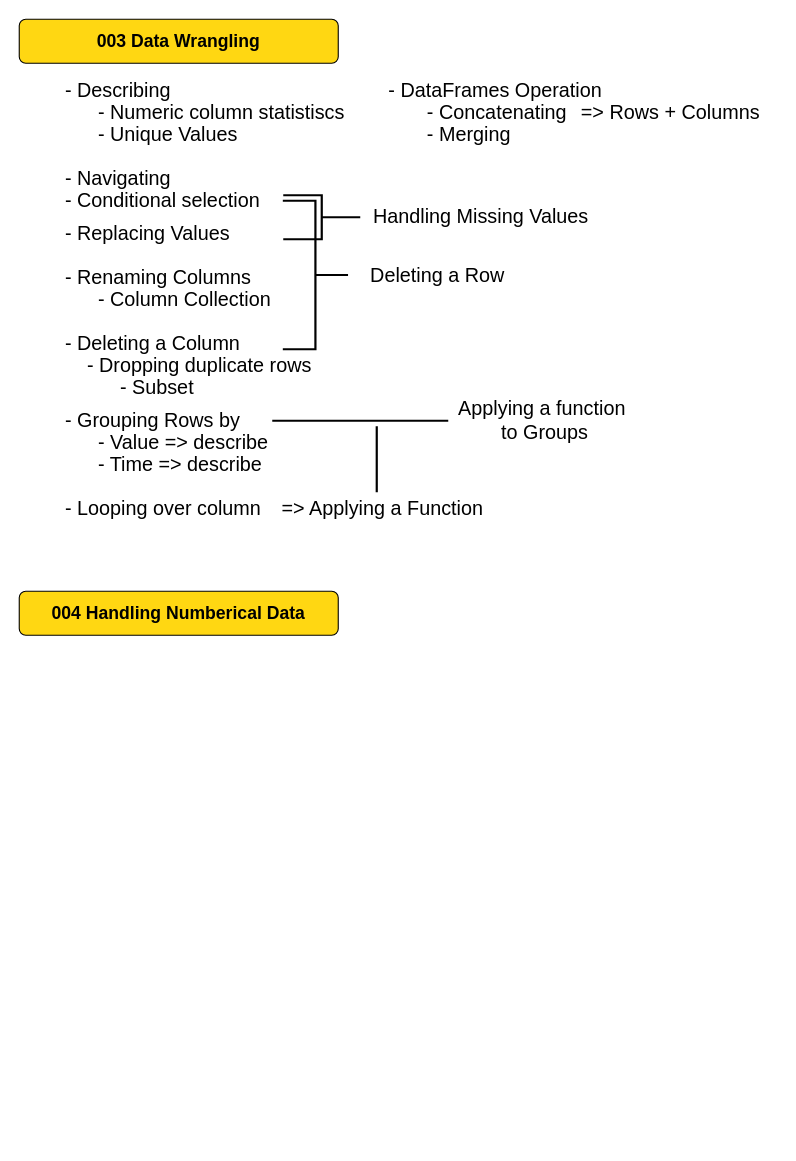
The draw.io diagram datawrangling.drawio in greyisbetter/docs, before the edit. Source tidied: cells renumbered, new cells numbered last; positions are measured from the earlier drawing's top-left corner, leaving out a move shared by most shapes. Both pictures are drawn from the tidied source at 110%, with x=0, y=0 at pixel (19, 19).
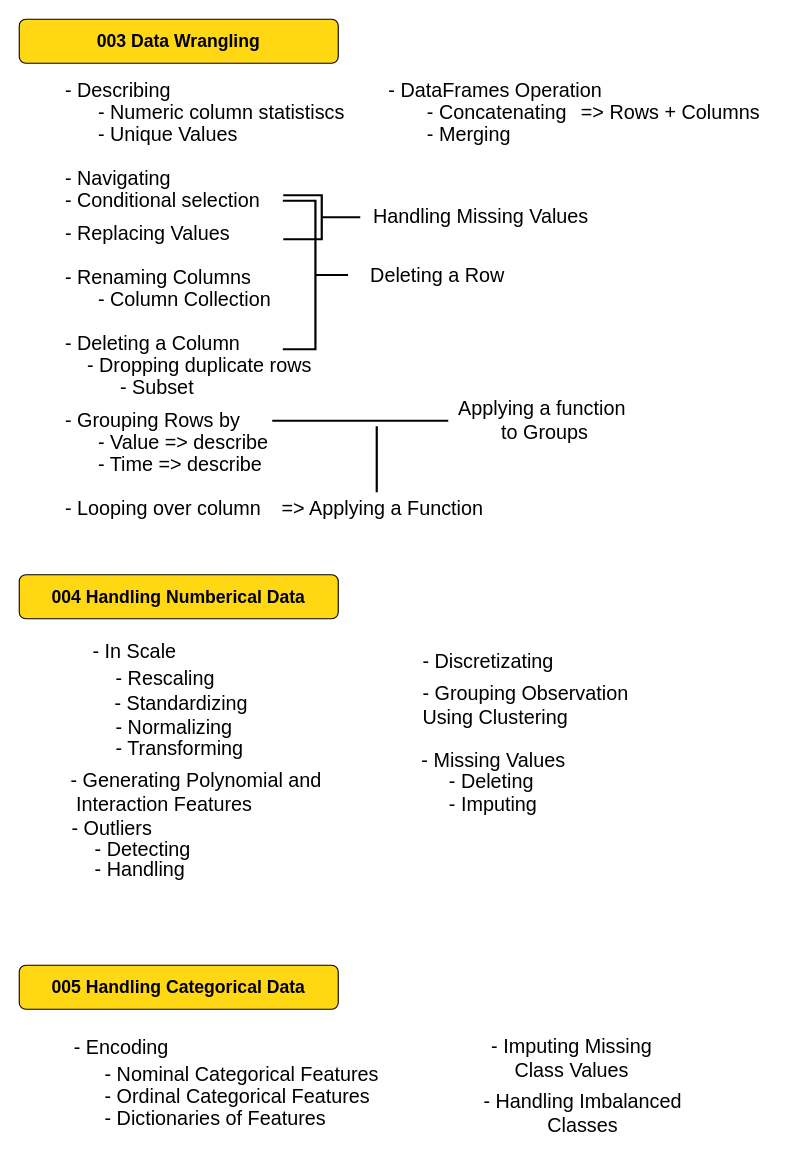
The same diagram, later.

What changed in the source:
```diff
@@
     <mxCell id="30" value="&lt;font size=&quot;3&quot;&gt;&lt;b&gt;004 Handling Numberical Data&lt;/b&gt;&lt;/font&gt;" style="rounded=1;whiteSpace=wrap;html=1;fillColor=#FFD712;" parent="1" vertex="1">
-      <mxGeometry y="520" width="290" height="40" as="geometry" />
+      <mxGeometry y="505" width="290" height="40" as="geometry" />
     </mxCell>
+    <mxCell id="31" value="&lt;font style=&quot;font-size: 18px&quot;&gt;- Rescaling&amp;nbsp;&lt;/font&gt;" style="text;html=1;align=left;verticalAlign=middle;strokeColor=none;fillColor=none;" parent="1" vertex="1">
+      <mxGeometry x="86" y="590" width="110" height="20" as="geometry" />
+    </mxCell>
+    <mxCell id="32" value="- Standardizing" style="text;html=1;align=left;verticalAlign=middle;strokeColor=none;fillColor=none;fontSize=18;" parent="1" vertex="1">
+      <mxGeometry x="85" y="607" width="140" height="30" as="geometry" />
+    </mxCell>
+    <mxCell id="33" value="- Normalizing" style="text;html=1;align=left;verticalAlign=middle;strokeColor=none;fillColor=none;fontSize=18;" parent="1" vertex="1">
+      <mxGeometry x="86" y="629" width="120" height="30" as="geometry" />
+    </mxCell>
+    <mxCell id="34" value="- Generating Polynomial and&lt;br&gt;&amp;nbsp;Interaction Features" style="text;html=1;align=left;verticalAlign=middle;strokeColor=none;fillColor=none;fontSize=18;" parent="1" vertex="1">
+      <mxGeometry x="45" y="678" width="240" height="50" as="geometry" />
+    </mxCell>
+    <mxCell id="35" value="- Transforming" style="text;html=1;align=left;verticalAlign=middle;strokeColor=none;fillColor=none;fontSize=18;" parent="1" vertex="1">
+      <mxGeometry x="86" y="648" width="130" height="30" as="geometry" />
+    </mxCell>
+    <mxCell id="36" value="- Outliers" style="text;html=1;align=left;verticalAlign=middle;strokeColor=none;fillColor=none;fontSize=18;" parent="1" vertex="1">
+      <mxGeometry x="46" y="721" width="90" height="30" as="geometry" />
+    </mxCell>
+    <mxCell id="37" value="- Detecting" style="text;html=1;align=left;verticalAlign=middle;strokeColor=none;fillColor=none;fontSize=18;" parent="1" vertex="1">
+      <mxGeometry x="67" y="740" width="100" height="30" as="geometry" />
+    </mxCell>
+    <mxCell id="38" value="- Handling" style="text;html=1;align=left;verticalAlign=middle;strokeColor=none;fillColor=none;fontSize=18;" parent="1" vertex="1">
+      <mxGeometry x="67" y="758" width="100" height="30" as="geometry" />
+    </mxCell>
+    <mxCell id="39" value="- Discretizating" style="text;html=1;align=left;verticalAlign=middle;strokeColor=none;fillColor=none;fontSize=18;" parent="1" vertex="1">
+      <mxGeometry x="365" y="569" width="130" height="30" as="geometry" />
+    </mxCell>
+    <mxCell id="40" value="- Grouping Observation&amp;nbsp;&lt;br&gt;&lt;div&gt;&lt;span&gt;Using Clustering&lt;/span&gt;&lt;/div&gt;" style="text;html=1;align=left;verticalAlign=middle;strokeColor=none;fillColor=none;fontSize=18;" parent="1" vertex="1">
+      <mxGeometry x="365" y="599" width="210" height="50" as="geometry" />
+    </mxCell>
+    <mxCell id="41" value="&lt;div&gt;&lt;/div&gt;- Missing Values" style="text;html=1;align=left;verticalAlign=middle;strokeColor=none;fillColor=none;fontSize=18;" parent="1" vertex="1">
+      <mxGeometry x="364" y="659" width="150" height="30" as="geometry" />
+    </mxCell>
+    <mxCell id="42" value="- Deleting" style="text;html=1;align=left;verticalAlign=middle;strokeColor=none;fillColor=none;fontSize=18;" parent="1" vertex="1">
+      <mxGeometry x="389" y="678" width="90" height="30" as="geometry" />
+    </mxCell>
+    <mxCell id="43" value="- Imputing" style="text;html=1;align=left;verticalAlign=middle;strokeColor=none;fillColor=none;fontSize=18;" parent="1" vertex="1">
+      <mxGeometry x="389" y="699" width="100" height="30" as="geometry" />
+    </mxCell>
+    <mxCell id="44" value="- In Scale" style="text;html=1;align=left;verticalAlign=middle;strokeColor=none;fillColor=none;fontSize=18;" parent="1" vertex="1">
+      <mxGeometry x="65" y="560" width="90" height="30" as="geometry" />
+    </mxCell>
+    <mxCell id="45" value="&lt;font size=&quot;3&quot;&gt;&lt;b&gt;005 Handling Categorical Data&lt;/b&gt;&lt;/font&gt;" style="rounded=1;whiteSpace=wrap;html=1;fillColor=#FFD712;" parent="1" vertex="1">
+      <mxGeometry y="860" width="290" height="40" as="geometry" />
+    </mxCell>
+    <mxCell id="46" value="- Encoding" style="text;html=1;align=left;verticalAlign=middle;strokeColor=none;fillColor=none;fontSize=18;" parent="1" vertex="1">
+      <mxGeometry x="48" y="920" width="100" height="30" as="geometry" />
+    </mxCell>
+    <mxCell id="47" value="- Nominal Categorical Features" style="text;html=1;align=left;verticalAlign=middle;strokeColor=none;fillColor=none;fontSize=18;" parent="1" vertex="1">
+      <mxGeometry x="76" y="945" width="260" height="30" as="geometry" />
+    </mxCell>
+    <mxCell id="48" value="- Ordinal Categorical Features" style="text;html=1;align=left;verticalAlign=middle;strokeColor=none;fillColor=none;fontSize=18;" parent="1" vertex="1">
+      <mxGeometry x="76" y="965" width="260" height="30" as="geometry" />
+    </mxCell>
+    <mxCell id="49" value="- Dictionaries of Features" style="text;html=1;align=left;verticalAlign=middle;strokeColor=none;fillColor=none;fontSize=18;" parent="1" vertex="1">
+      <mxGeometry x="76" y="985" width="220" height="30" as="geometry" />
+    </mxCell>
+    <mxCell id="50" value="- Imputing Missing &lt;br&gt;Class Values" style="text;html=1;align=center;verticalAlign=middle;strokeColor=none;fillColor=none;fontSize=18;" parent="1" vertex="1">
+      <mxGeometry x="422" y="920" width="160" height="50" as="geometry" />
+    </mxCell>
+    <mxCell id="51" value="- Handling Imbalanced&lt;br&gt;Classes" style="text;html=1;align=center;verticalAlign=middle;strokeColor=none;fillColor=none;fontSize=18;" parent="1" vertex="1">
+      <mxGeometry x="412" y="970" width="200" height="50" as="geometry" />
+    </mxCell>
```
